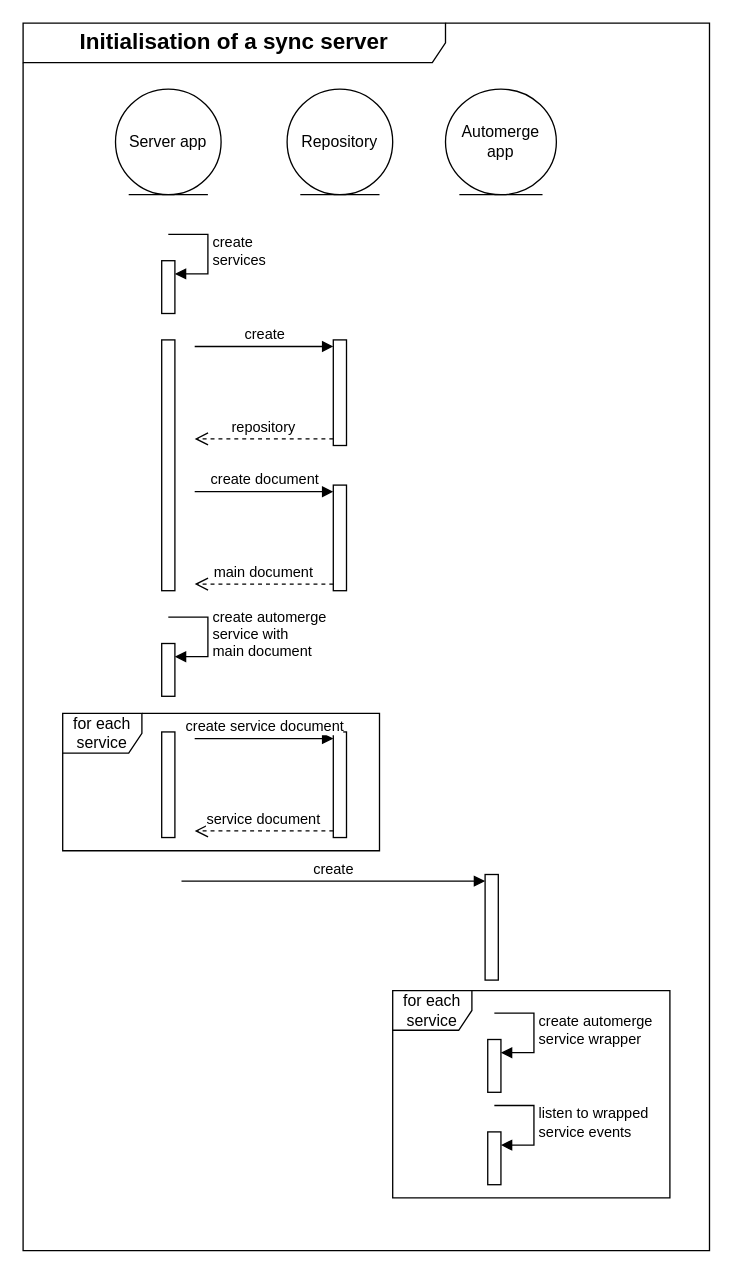
kalisio/offline-sync keeps this draw.io diagram as page "Sync server sequence diagram" (2 of 4) of diagram.drawio. Above is the earlier version. Source tidied: cells renumbered, new cells numbered last; positions are measured from the earlier drawing's top-left corner, leaving out a move shared by most shapes. Both pictures are drawn from the tidied source at 132%, with x=0, y=0 at pixel (22, 22).
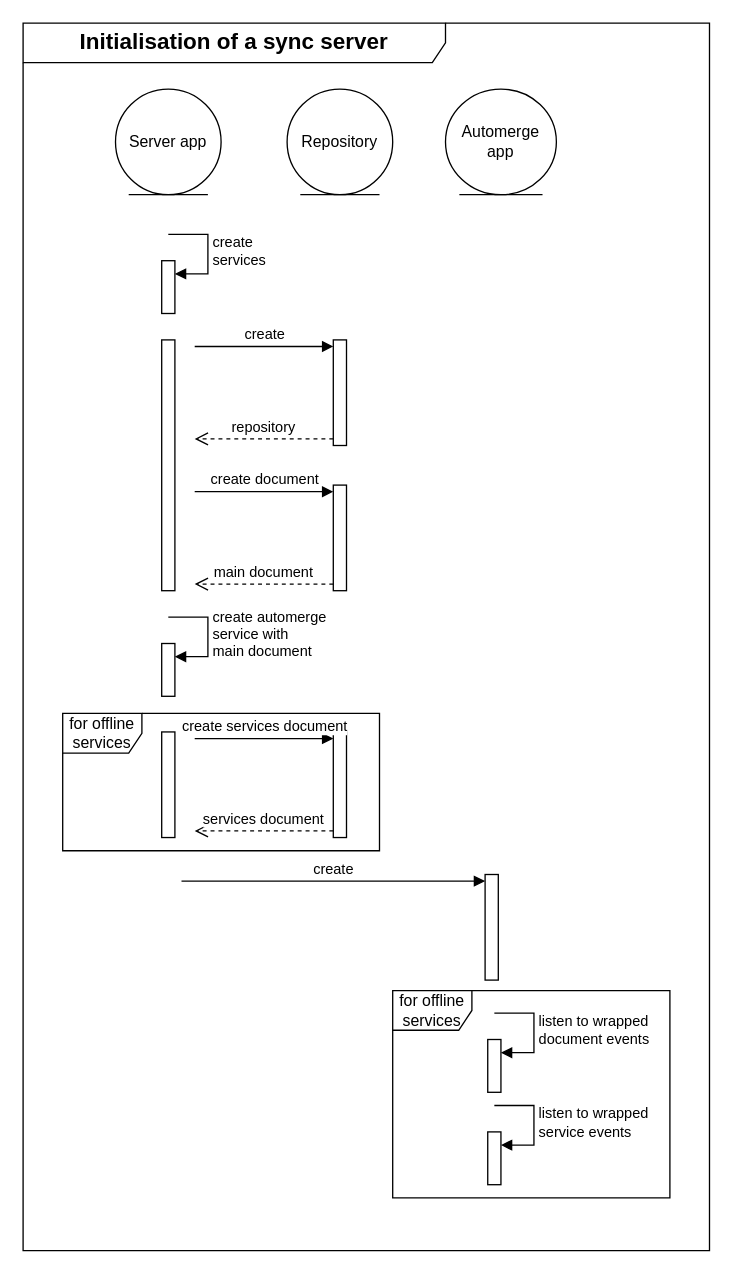
Above is the later version.

The change refers to these unchanged cells:
```xml
<mxCell id="14" style="html=1;points=[[0,0,0,0,5],[0,1,0,0,-5],[1,0,0,0,5],[1,1,0,0,-5]];perimeter=orthogonalPerimeter;outlineConnect=0;targetShapes=umlLifeline;portConstraint=eastwest;newEdgeStyle={&quot;curved&quot;:0,&quot;rounded&quot;:0};" parent="1" vertex="1">
  <mxGeometry x="235" y="537" width="10" height="80" as="geometry" />
</mxCell>
<mxCell id="21" style="html=1;points=[[0,0,0,0,5],[0,1,0,0,-5],[1,0,0,0,5],[1,1,0,0,-5]];perimeter=orthogonalPerimeter;outlineConnect=0;targetShapes=umlLifeline;portConstraint=eastwest;newEdgeStyle={&quot;curved&quot;:0,&quot;rounded&quot;:0};" parent="1" vertex="1">
  <mxGeometry x="352" y="770" width="10" height="40" as="geometry" />
</mxCell>
```

The edit, as a diff of the source:
```diff
@@
-    <mxCell id="15" value="&lt;span style=&quot;text-align: left;&quot;&gt;create service&amp;nbsp;&lt;/span&gt;&lt;span style=&quot;text-align: left;&quot;&gt;document&lt;/span&gt;" style="html=1;verticalAlign=bottom;endArrow=block;curved=0;rounded=0;entryX=0;entryY=0;entryDx=0;entryDy=5;" parent="1" edge="1" target="14">
+    <mxCell id="15" value="&lt;span style=&quot;text-align: left;&quot;&gt;create services&amp;nbsp;&lt;/span&gt;&lt;span style=&quot;text-align: left;&quot;&gt;document&lt;/span&gt;" style="html=1;verticalAlign=bottom;endArrow=block;curved=0;rounded=0;entryX=0;entryY=0;entryDx=0;entryDy=5;" parent="1" edge="1" target="14">
       <mxGeometry relative="1" as="geometry">
         <mxPoint x="130" y="542" as="sourcePoint" />
       </mxGeometry>
     </mxCell>
-    <mxCell id="16" value="service document" style="html=1;verticalAlign=bottom;endArrow=open;dashed=1;endSize=8;curved=0;rounded=0;exitX=0;exitY=1;exitDx=0;exitDy=-5;" parent="1" edge="1" source="14">
+    <mxCell id="16" value="services document" style="html=1;verticalAlign=bottom;endArrow=open;dashed=1;endSize=8;curved=0;rounded=0;exitX=0;exitY=1;exitDx=0;exitDy=-5;" parent="1" edge="1" source="14">
       <mxGeometry relative="1" as="geometry">
         <mxPoint x="130" y="612" as="targetPoint" />
       </mxGeometry>
     </mxCell>
@@
-    <mxCell id="18" value="for each service" style="shape=umlFrame;whiteSpace=wrap;html=1;" parent="1" vertex="1">
+    <mxCell id="18" value="for offline services" style="shape=umlFrame;whiteSpace=wrap;html=1;" parent="1" vertex="1">
       <mxGeometry x="30" y="523" width="240" height="104" as="geometry" />
     </mxCell>
@@
-    <mxCell id="22" value="create automerge&lt;div&gt;service wrapper&lt;/div&gt;" style="html=1;align=left;spacingLeft=2;endArrow=block;rounded=0;edgeStyle=orthogonalEdgeStyle;curved=0;rounded=0;" parent="1" edge="1" target="21">
+    <mxCell id="22" value="listen to wrapped&lt;br&gt;document events" style="html=1;align=left;spacingLeft=2;endArrow=block;rounded=0;edgeStyle=orthogonalEdgeStyle;curved=0;rounded=0;" parent="1" edge="1" target="21">
       <mxGeometry relative="1" as="geometry">
         <mxPoint x="357" y="750" as="sourcePoint" />
         <Array as="points">
           <mxPoint x="387" y="780" />
         </Array>
       </mxGeometry>
     </mxCell>
-    <mxCell id="23" value="for each service" style="shape=umlFrame;whiteSpace=wrap;html=1;" parent="1" vertex="1">
+    <mxCell id="23" value="for offline services" style="shape=umlFrame;whiteSpace=wrap;html=1;" parent="1" vertex="1">
       <mxGeometry x="280" y="733" width="210" height="157" as="geometry" />
     </mxCell>
```
